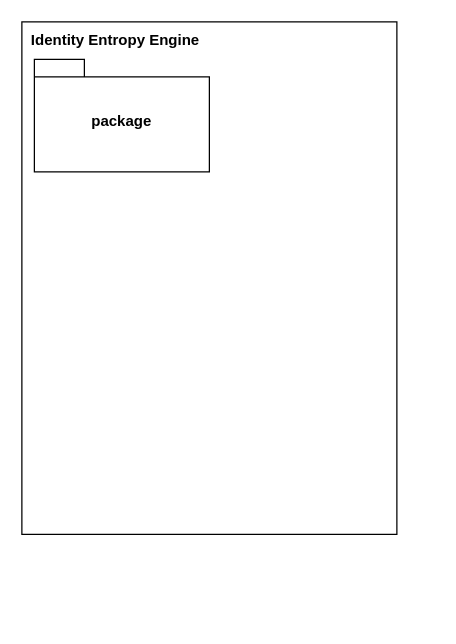
Before: 05_UML/Packetdiagramm.drawio in limemime/BHT_Softwaretechnik_SS26_JEstrada, a draw.io diagram. Source tidied: cells renumbered, new cells numbered last; positions are measured from the earlier drawing's top-left corner, leaving out a move shared by most shapes. Both pictures are drawn from the tidied source at 125%, with x=0, y=0 at pixel (21, 21).
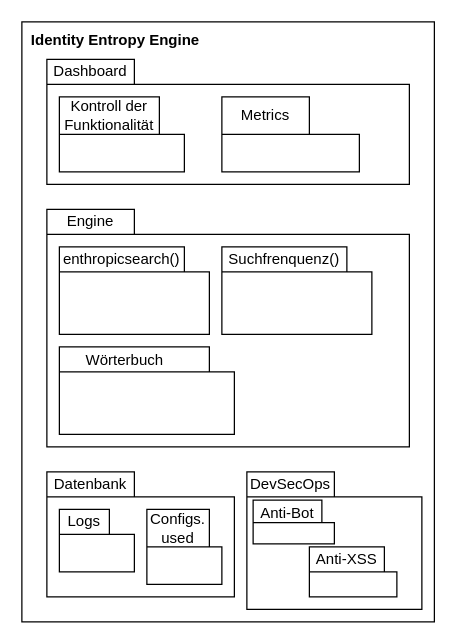
The same diagram, later.

The edit, as a diff of the source:
```diff
@@
     <mxCell id="2" style="html=1;whiteSpace=wrap;" parent="1" vertex="1">
-      <mxGeometry width="300" height="410" as="geometry" />
+      <mxGeometry width="330" height="480" as="geometry" />
     </mxCell>
-    <mxCell id="3" value="package" style="shape=folder;fontStyle=1;spacingTop=10;tabWidth=40;tabHeight=14;tabPosition=left;html=1;whiteSpace=wrap;" parent="1" vertex="1">
-      <mxGeometry x="10" y="30" width="140" height="90" as="geometry" />
+    <mxCell id="3" style="shape=folder;fontStyle=1;spacingTop=10;tabWidth=70;tabHeight=20;tabPosition=left;html=1;whiteSpace=wrap;" parent="1" vertex="1">
+      <mxGeometry x="20" y="30" width="290" height="100" as="geometry" />
     </mxCell>
@@
+    <mxCell id="5" style="shape=folder;fontStyle=1;spacingTop=10;tabWidth=80;tabHeight=30;tabPosition=left;html=1;whiteSpace=wrap;" parent="1" vertex="1">
+      <mxGeometry x="30" y="60" width="100" height="60" as="geometry" />
+    </mxCell>
+    <mxCell id="6" value="Dashboard" style="text;html=1;whiteSpace=wrap;strokeColor=none;fillColor=none;align=center;verticalAlign=middle;rounded=0;" parent="1" vertex="1">
+      <mxGeometry x="20" y="30" width="70" height="20" as="geometry" />
+    </mxCell>
+    <mxCell id="7" style="shape=folder;fontStyle=1;spacingTop=10;tabWidth=70;tabHeight=20;tabPosition=left;html=1;whiteSpace=wrap;" parent="1" vertex="1">
+      <mxGeometry x="20" y="150" width="290" height="190" as="geometry" />
+    </mxCell>
+    <mxCell id="8" value="Engine" style="text;html=1;whiteSpace=wrap;strokeColor=none;fillColor=none;align=center;verticalAlign=middle;rounded=0;" parent="1" vertex="1">
+      <mxGeometry x="20" y="150" width="70" height="20" as="geometry" />
+    </mxCell>
+    <mxCell id="9" style="shape=folder;fontStyle=1;spacingTop=10;tabWidth=70;tabHeight=20;tabPosition=left;html=1;whiteSpace=wrap;" parent="1" vertex="1">
+      <mxGeometry x="20" y="360" width="150" height="100" as="geometry" />
+    </mxCell>
+    <mxCell id="10" value="Datenbank" style="text;html=1;whiteSpace=wrap;strokeColor=none;fillColor=none;align=center;verticalAlign=middle;rounded=0;" parent="1" vertex="1">
+      <mxGeometry x="20" y="360" width="70" height="20" as="geometry" />
+    </mxCell>
+    <mxCell id="11" style="shape=folder;fontStyle=1;spacingTop=10;tabWidth=70;tabHeight=30;tabPosition=left;html=1;whiteSpace=wrap;" parent="1" vertex="1">
+      <mxGeometry x="160" y="60" width="110" height="60" as="geometry" />
+    </mxCell>
+    <mxCell id="12" style="shape=folder;fontStyle=1;spacingTop=10;tabWidth=100;tabHeight=20;tabPosition=left;html=1;whiteSpace=wrap;" parent="1" vertex="1">
+      <mxGeometry x="30" y="180" width="120" height="70" as="geometry" />
+    </mxCell>
+    <mxCell id="13" style="shape=folder;fontStyle=1;spacingTop=10;tabWidth=100;tabHeight=20;tabPosition=left;html=1;whiteSpace=wrap;" parent="1" vertex="1">
+      <mxGeometry x="160" y="180" width="120" height="70" as="geometry" />
+    </mxCell>
+    <mxCell id="14" value="Kontroll der Funktionalität" style="text;html=1;whiteSpace=wrap;strokeColor=none;fillColor=none;align=center;verticalAlign=middle;rounded=0;" parent="1" vertex="1">
+      <mxGeometry x="30" y="60" width="80" height="30" as="geometry" />
+    </mxCell>
+    <mxCell id="15" value="Metrics" style="text;html=1;whiteSpace=wrap;strokeColor=none;fillColor=none;align=center;verticalAlign=middle;rounded=0;" parent="1" vertex="1">
+      <mxGeometry x="160" y="60" width="70" height="30" as="geometry" />
+    </mxCell>
+    <mxCell id="16" style="shape=folder;fontStyle=1;spacingTop=10;tabWidth=120;tabHeight=20;tabPosition=left;html=1;whiteSpace=wrap;" parent="1" vertex="1">
+      <mxGeometry x="30" y="260" width="140" height="70" as="geometry" />
+    </mxCell>
+    <mxCell id="17" value="enthropicsearch()" style="text;html=1;whiteSpace=wrap;strokeColor=none;fillColor=none;align=center;verticalAlign=middle;rounded=0;" parent="1" vertex="1">
+      <mxGeometry x="35" y="180" width="90" height="20" as="geometry" />
+    </mxCell>
+    <mxCell id="18" value="Suchfrenquenz()" style="text;html=1;whiteSpace=wrap;strokeColor=none;fillColor=none;align=center;verticalAlign=middle;rounded=0;" parent="1" vertex="1">
+      <mxGeometry x="160" y="180" width="100" height="20" as="geometry" />
+    </mxCell>
+    <mxCell id="19" value="Wörterbuch" style="text;html=1;whiteSpace=wrap;strokeColor=none;fillColor=none;align=center;verticalAlign=middle;rounded=0;" parent="1" vertex="1">
+      <mxGeometry x="35" y="270" width="95" as="geometry" />
+    </mxCell>
+    <mxCell id="20" style="shape=folder;fontStyle=1;spacingTop=10;tabWidth=40;tabHeight=20;tabPosition=left;html=1;whiteSpace=wrap;" parent="1" vertex="1">
+      <mxGeometry x="30" y="390" width="60" height="50" as="geometry" />
+    </mxCell>
+    <mxCell id="21" value="Logs" style="text;html=1;whiteSpace=wrap;strokeColor=none;fillColor=none;align=center;verticalAlign=middle;rounded=0;" parent="1" vertex="1">
+      <mxGeometry x="30" y="390" width="40" height="20" as="geometry" />
+    </mxCell>
+    <mxCell id="22" style="shape=folder;fontStyle=1;spacingTop=10;tabWidth=50;tabHeight=30;tabPosition=left;html=1;whiteSpace=wrap;" parent="1" vertex="1">
+      <mxGeometry x="100" y="390" width="60" height="60" as="geometry" />
+    </mxCell>
+    <mxCell id="23" value="Configs. used" style="text;html=1;whiteSpace=wrap;strokeColor=none;fillColor=none;align=center;verticalAlign=middle;rounded=0;" parent="1" vertex="1">
+      <mxGeometry x="100" y="390" width="50" height="30" as="geometry" />
+    </mxCell>
+    <mxCell id="24" style="shape=folder;fontStyle=1;spacingTop=10;tabWidth=70;tabHeight=20;tabPosition=left;html=1;whiteSpace=wrap;" parent="1" vertex="1">
+      <mxGeometry x="180" y="360" width="140" height="110" as="geometry" />
+    </mxCell>
+    <mxCell id="25" value="DevSecOps" style="text;html=1;whiteSpace=wrap;strokeColor=none;fillColor=none;align=center;verticalAlign=middle;rounded=0;" parent="1" vertex="1">
+      <mxGeometry x="180" y="360" width="70" height="20" as="geometry" />
+    </mxCell>
+    <mxCell id="26" style="shape=folder;fontStyle=1;spacingTop=10;tabWidth=55;tabHeight=18;tabPosition=left;html=1;whiteSpace=wrap;" parent="1" vertex="1">
+      <mxGeometry x="185" y="382.5" width="65" height="35" as="geometry" />
+    </mxCell>
+    <mxCell id="27" value="Anti-Bot" style="text;html=1;whiteSpace=wrap;strokeColor=none;fillColor=none;align=center;verticalAlign=middle;rounded=0;" parent="1" vertex="1">
+      <mxGeometry x="185" y="382.5" width="55" height="20" as="geometry" />
+    </mxCell>
+    <mxCell id="28" style="shape=folder;fontStyle=1;spacingTop=10;tabWidth=60;tabHeight=20;tabPosition=left;html=1;whiteSpace=wrap;" parent="1" vertex="1">
+      <mxGeometry x="230" y="420" width="70" height="40" as="geometry" />
+    </mxCell>
+    <mxCell id="29" value="Anti-XSS" style="text;html=1;whiteSpace=wrap;strokeColor=none;fillColor=none;align=center;verticalAlign=middle;rounded=0;" parent="1" vertex="1">
+      <mxGeometry x="230" y="420" width="60" height="20" as="geometry" />
+    </mxCell>
```
